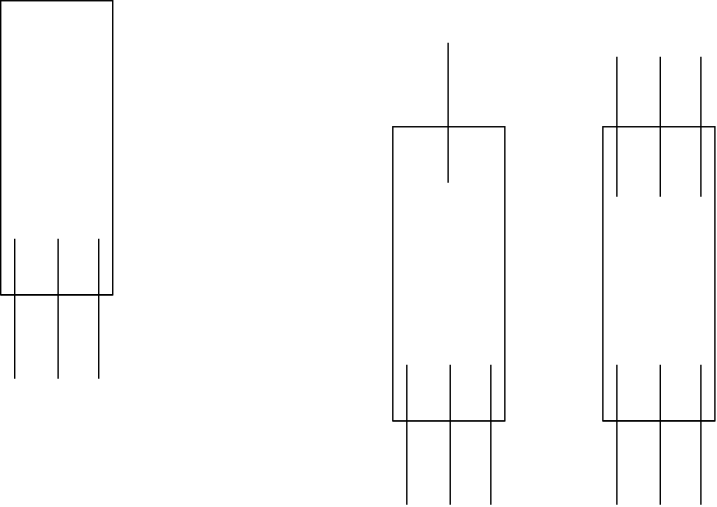
The draw.io diagram RxJs Observables.drawio.svg in hansschenker/rx-angular-state-counter-demo-hans, before a commit. Source tidied: cells renumbered, new cells last; positions are measured from the earlier drawing's top-left corner, leaving out a move shared by most shapes.
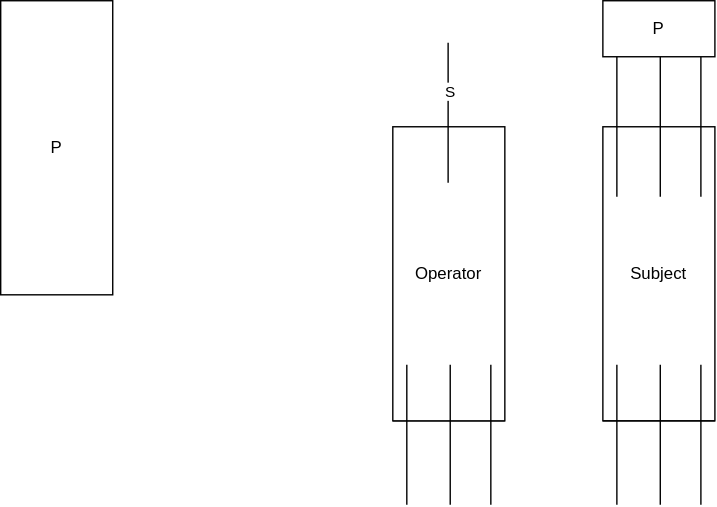
After the change.

Diff of the diagram source:
```diff
@@ -2,39 +2,6 @@
   <root>
     <mxCell id="0" />
     <mxCell id="1" parent="0" />
-    <mxCell id="2" style="group;" parent="1" vertex="1">
-      <mxGeometry x="10" width="80" height="270" as="geometry" />
-    </mxCell>
-    <mxCell id="3" style="rounded=0;whiteSpace=wrap;html=1;direction=south;" parent="2" vertex="1">
-      <mxGeometry width="80" height="210" as="geometry" />
-    </mxCell>
-    <mxCell id="4" style="group;direction=west;rotation=90;" parent="2" vertex="1">
-      <mxGeometry x="-10" y="180" width="100" height="80" as="geometry" />
-    </mxCell>
-    <mxCell id="5" style="endArrow=none;html=1;rounded=0;" parent="4" edge="1">
-      <mxGeometry relative="1" as="geometry">
-        <mxPoint x="10" y="30" as="sourcePoint" />
-        <mxPoint x="90" y="30" as="targetPoint" />
-      </mxGeometry>
-    </mxCell>
-    <mxCell id="6" style="endArrow=none;html=1;rounded=0;" parent="4" edge="1">
-      <mxGeometry relative="1" as="geometry">
-        <mxPoint x="51" y="-10" as="sourcePoint" />
-        <mxPoint x="51" y="90" as="targetPoint" />
-      </mxGeometry>
-    </mxCell>
-    <mxCell id="7" style="endArrow=none;html=1;rounded=0;" parent="4" edge="1">
-      <mxGeometry relative="1" as="geometry">
-        <mxPoint x="20" y="-10" as="sourcePoint" />
-        <mxPoint x="20" y="90" as="targetPoint" />
-      </mxGeometry>
-    </mxCell>
-    <mxCell id="8" style="endArrow=none;html=1;rounded=0;" parent="4" edge="1">
-      <mxGeometry relative="1" as="geometry">
-        <mxPoint x="80" y="-10" as="sourcePoint" />
-        <mxPoint x="80" y="90" as="targetPoint" />
-      </mxGeometry>
-    </mxCell>
     <mxCell id="9" style="endArrow=none;html=1;rounded=0;" parent="1" edge="1">
       <mxGeometry x="440" y="350" as="geometry">
         <mxPoint x="290" y="300" as="sourcePoint" />
@@ -44,7 +11,7 @@
     <mxCell id="10" style="group;" parent="1" vertex="1">
       <mxGeometry x="440" y="40" width="80" height="320" as="geometry" />
     </mxCell>
-    <mxCell id="11" style="rounded=0;whiteSpace=wrap;html=1;direction=south;" parent="10" vertex="1">
+    <mxCell id="11" value="Subject" style="rounded=0;whiteSpace=wrap;html=1;direction=south;" parent="10" vertex="1">
       <mxGeometry y="50" width="80" height="210" as="geometry" />
     </mxCell>
     <mxCell id="12" style="endArrow=none;html=1;rounded=0;" parent="10" edge="1">
@@ -95,10 +62,16 @@
         <mxPoint x="60" y="100" as="targetPoint" />
       </mxGeometry>
     </mxCell>
+    <mxCell id="3" value="P" style="rounded=0;whiteSpace=wrap;html=1;direction=south;" parent="1" vertex="1">
+      <mxGeometry x="10" width="80" height="210" as="geometry" />
+    </mxCell>
+    <mxCell id="28" value="P" style="rounded=0;whiteSpace=wrap;html=1;" parent="1" vertex="1">
+      <mxGeometry x="440" width="80" height="40" as="geometry" />
+    </mxCell>
     <mxCell id="21" style="group;" parent="1" vertex="1">
       <mxGeometry x="290" y="30" width="80" height="330" as="geometry" />
     </mxCell>
-    <mxCell id="22" style="rounded=0;whiteSpace=wrap;html=1;direction=south;" parent="21" vertex="1">
+    <mxCell id="22" value="Operator" style="rounded=0;whiteSpace=wrap;html=1;direction=south;" parent="21" vertex="1">
       <mxGeometry y="60" width="80" height="210" as="geometry" />
     </mxCell>
     <mxCell id="23" style="endArrow=none;html=1;rounded=0;" parent="21" edge="1">
@@ -107,6 +80,11 @@
         <mxPoint x="39.5" y="100" as="targetPoint" />
       </mxGeometry>
     </mxCell>
+    <mxCell id="29" value="S" style="edgeLabel;html=1;align=center;verticalAlign=middle;" parent="23" vertex="1">
+      <mxGeometry relative="1" as="geometry">
+        <mxPoint x="1" y="-16" as="offset" />
+      </mxGeometry>
+    </mxCell>
     <mxCell id="24" style="group;" parent="21" vertex="1">
       <mxGeometry x="10" y="230" width="60" height="100" as="geometry" />
     </mxCell>
```
